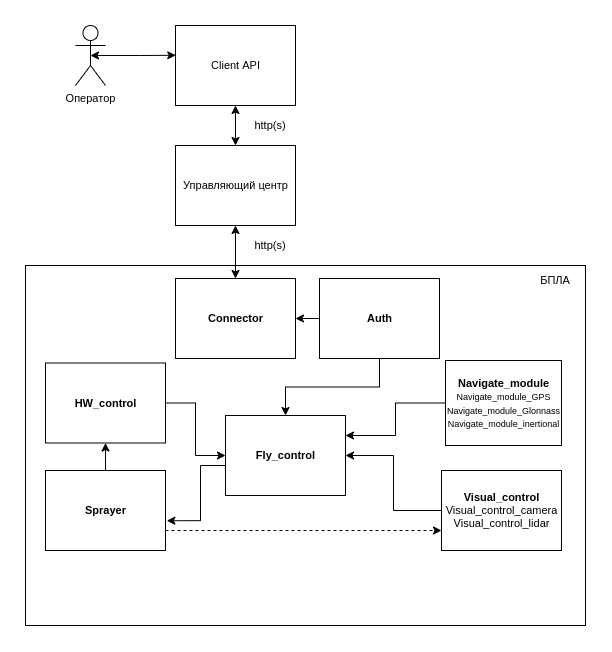
s3m3n1s/bpla_hackathone keeps this draw.io diagram as images/subsystem_arch.png. Above is the earlier version. Source tidied: cells renumbered, new cells last; positions are measured from the earlier drawing's top-left corner, leaving out a move shared by most shapes.
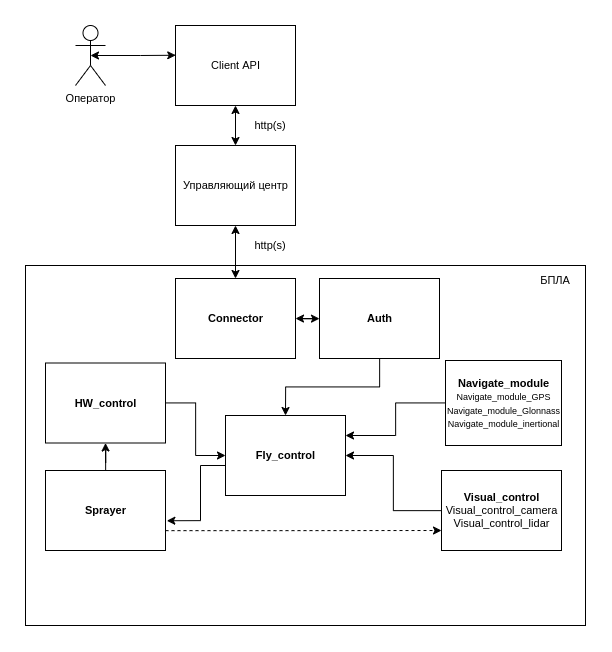
After the commit.

What changed in the source:
```diff
@@ -80,7 +80,7 @@
     <mxCell id="24" style="edgeStyle=orthogonalEdgeStyle;rounded=0;jettySize=auto;html=1;entryX=0.5;entryY=0;entryDx=0;entryDy=0;" parent="1" edge="1" source="26" target="13">
       <mxGeometry relative="1" as="geometry" />
     </mxCell>
-    <mxCell id="25" style="edgeStyle=orthogonalEdgeStyle;rounded=0;jettySize=auto;html=1;entryX=1;entryY=0.5;entryDx=0;entryDy=0;" parent="1" edge="1" source="26" target="9">
+    <mxCell id="25" style="edgeStyle=orthogonalEdgeStyle;rounded=0;jettySize=auto;html=1;entryX=1;entryY=0.5;entryDx=0;entryDy=0;startArrow=classic;startFill=1;" parent="1" edge="1" source="26" target="9">
       <mxGeometry relative="1" as="geometry" />
     </mxCell>
     <mxCell id="26" value="&lt;b&gt;Auth&lt;/b&gt;" style="html=1;dashed=0;whitespace=wrap;strokeColor=default;fontFamily=Helvetica;fontSize=11;fontColor=default;fillColor=default;" parent="1" vertex="1">
```
